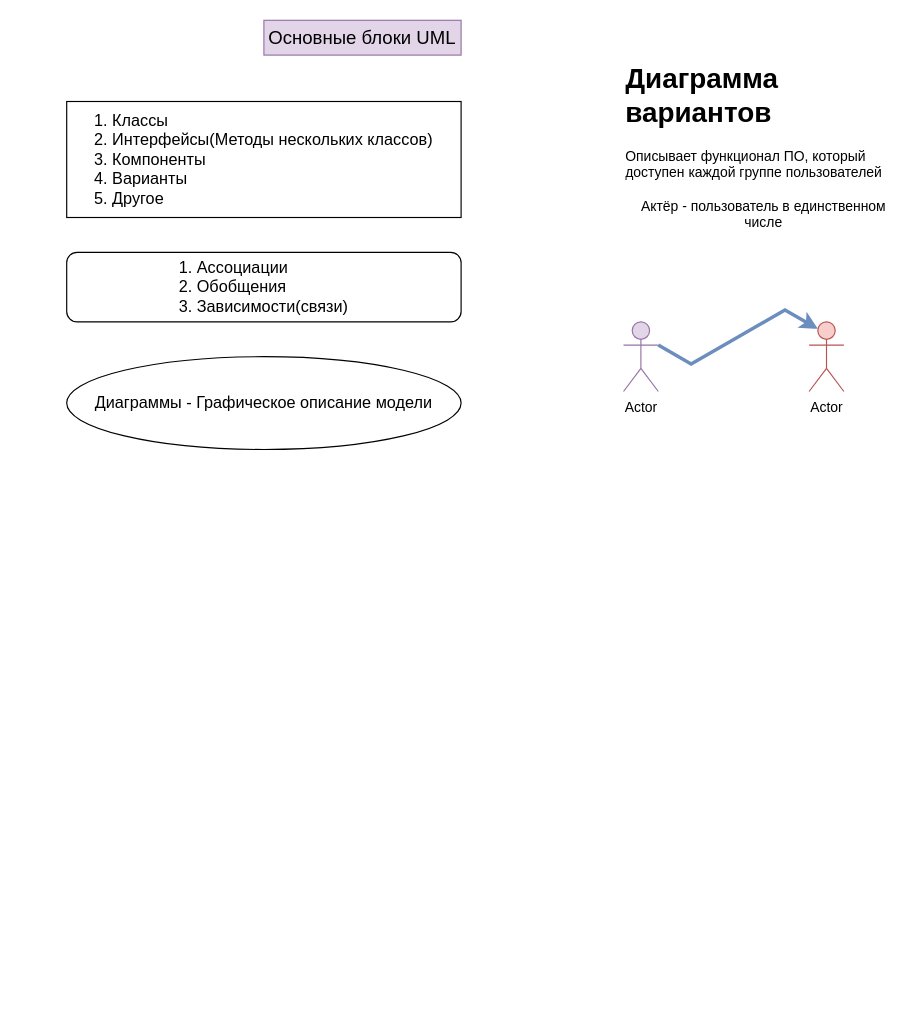
Earlier version of the draw.io diagram Задание1/Диаграмма без названия.drawio (Urlilka/Task-1). Source tidied: cells renumbered, new cells numbered last; positions are measured from the earlier drawing's top-left corner, leaving out a move shared by most shapes. Both pictures are drawn from the tidied source at 116%, with x=0, y=0 at pixel (66, 20).
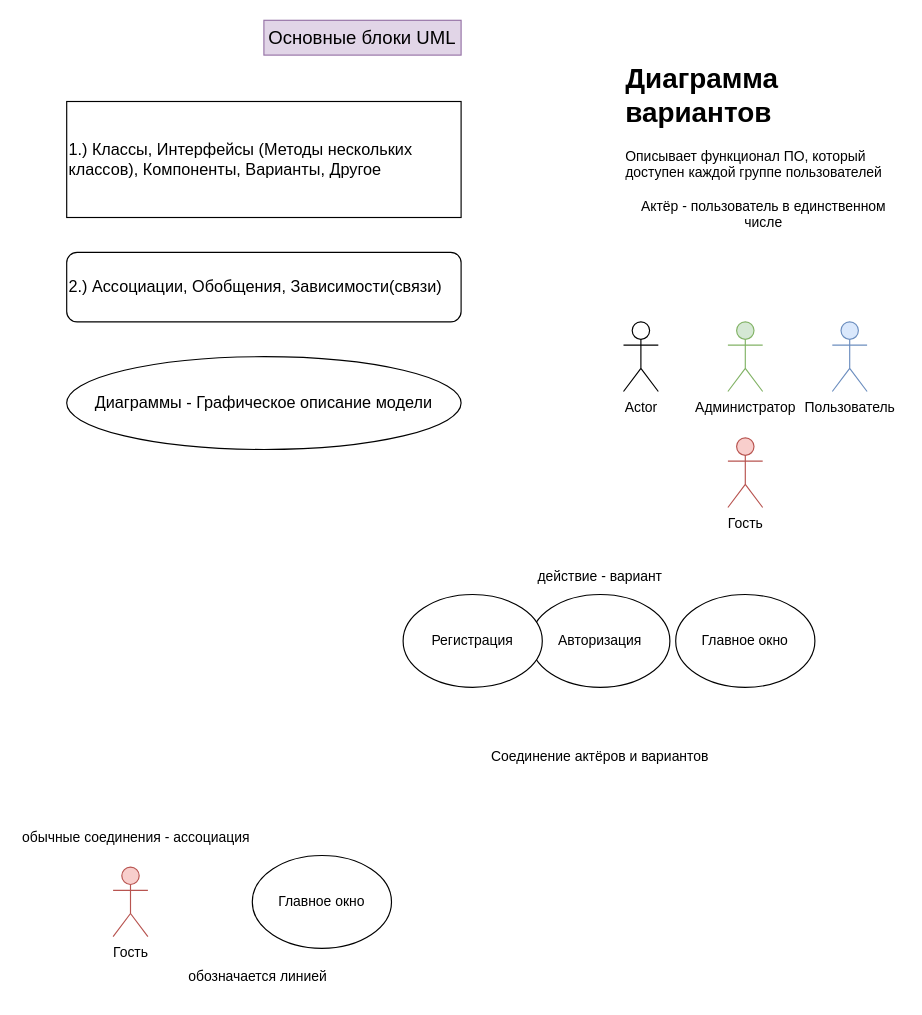
After the change.

Diff of the diagram source:
```diff
@@
 <mxGraphModel>
   <root>
     <mxCell id="0" />
     <mxCell id="1" parent="0" />
     <mxCell id="2" value="Основные блоки UML" style="text;html=1;align=center;verticalAlign=middle;whiteSpace=wrap;rounded=0;fontSize=16;fillColor=#e1d5e7;strokeColor=#9673a6;" parent="1" vertex="1">
       <mxGeometry x="170" width="170" height="30" as="geometry" />
     </mxCell>
-    <mxCell id="3" value="&lt;div style=&quot;text-align: justify;&quot;&gt;&lt;span style=&quot;font-size: 14px; background-color: initial;&quot;&gt;1. Классы&lt;/span&gt;&lt;/div&gt;&lt;div style=&quot;text-align: justify; font-size: 14px;&quot;&gt;2. Интерфейсы(Методы нескольких классов)&lt;/div&gt;&lt;div style=&quot;text-align: justify; font-size: 14px;&quot;&gt;3. Компоненты&lt;/div&gt;&lt;div style=&quot;text-align: justify; font-size: 14px;&quot;&gt;4. Варианты&lt;/div&gt;&lt;div style=&quot;text-align: justify; font-size: 14px;&quot;&gt;5. Другое&lt;/div&gt;" style="rounded=0;whiteSpace=wrap;html=1;align=center;" parent="1" vertex="1">
+    <mxCell id="3" value="&lt;div style=&quot;&quot;&gt;&lt;span style=&quot;font-size: 14px; background-color: initial;&quot;&gt;1.) Классы,&amp;nbsp;&lt;/span&gt;&lt;span style=&quot;font-size: 14px; background-color: initial;&quot;&gt;Интерфейсы (Методы нескольких классов),&amp;nbsp;&lt;/span&gt;&lt;span style=&quot;font-size: 14px; background-color: initial;&quot;&gt;Компоненты,&amp;nbsp;&lt;/span&gt;&lt;span style=&quot;font-size: 14px; background-color: initial;&quot;&gt;Варианты,&lt;/span&gt;&lt;span style=&quot;font-size: 14px; background-color: initial;&quot;&gt;&amp;nbsp;Другое&lt;/span&gt;&lt;/div&gt;" style="rounded=0;whiteSpace=wrap;html=1;align=left;" parent="1" vertex="1">
       <mxGeometry y="70" width="340" height="100" as="geometry" />
     </mxCell>
-    <mxCell id="4" value="&lt;div style=&quot;text-align: justify;&quot;&gt;&lt;span style=&quot;font-size: 14px; background-color: initial;&quot;&gt;1. Ассоциации&lt;/span&gt;&lt;/div&gt;&lt;div style=&quot;text-align: justify; font-size: 14px;&quot;&gt;&lt;font style=&quot;font-size: 14px;&quot;&gt;2. Обобщения&lt;/font&gt;&lt;/div&gt;&lt;div style=&quot;text-align: justify; font-size: 14px;&quot;&gt;&lt;font style=&quot;font-size: 14px;&quot;&gt;3. Зависимости(связи)&lt;/font&gt;&lt;/div&gt;" style="rounded=1;whiteSpace=wrap;html=1;align=center;" parent="1" vertex="1">
+    <mxCell id="4" value="&lt;div style=&quot;&quot;&gt;&lt;span style=&quot;font-size: 14px; background-color: initial;&quot;&gt;2.) Ассоциации,&amp;nbsp;&lt;/span&gt;&lt;font style=&quot;font-size: 14px; background-color: initial;&quot;&gt;Обобщения,&amp;nbsp;&lt;/font&gt;&lt;span style=&quot;font-size: 14px; background-color: initial;&quot;&gt;Зависимости(связи)&lt;/span&gt;&lt;/div&gt;" style="rounded=1;whiteSpace=wrap;html=1;align=left;" parent="1" vertex="1">
       <mxGeometry y="200" width="340" height="60" as="geometry" />
     </mxCell>
     <mxCell id="5" value="&lt;font style=&quot;font-size: 14px;&quot;&gt;Диаграммы - Графическое описание модели&lt;/font&gt;" style="ellipse;whiteSpace=wrap;html=1;align=center;" parent="1" vertex="1">
       <mxGeometry y="290" width="340" height="80" as="geometry" />
     </mxCell>
     <mxCell id="6" value="&lt;h1 style=&quot;margin-top: 0px;&quot;&gt;Диаграмма вариантов&lt;/h1&gt;&lt;div&gt;Описывает функционал ПО, который доступен каждой группе пользователей&lt;/div&gt;&lt;div&gt;&lt;br&gt;&lt;/div&gt;&lt;div style=&quot;text-align: center;&quot;&gt;Актёр - пользователь в единственном числе&lt;br&gt;&lt;/div&gt;" style="text;html=1;whiteSpace=wrap;overflow=hidden;rounded=0;" parent="1" vertex="1">
       <mxGeometry x="480" y="30" width="240" height="180" as="geometry" />
     </mxCell>
-    <mxCell id="7" value="Actor" style="shape=umlActor;verticalLabelPosition=bottom;verticalAlign=top;html=1;fillColor=#e1d5e7;strokeColor=#9673a6;" parent="1" vertex="1">
+    <mxCell id="7" value="Actor" style="shape=umlActor;verticalLabelPosition=bottom;verticalAlign=top;html=1;" parent="1" vertex="1">
       <mxGeometry x="480" y="260" width="30" height="60" as="geometry" />
     </mxCell>
-    <mxCell id="8" value="Actor" style="shape=umlActor;verticalLabelPosition=bottom;verticalAlign=top;html=1;fillColor=#f8cecc;strokeColor=#b85450;" parent="1" vertex="1">
-      <mxGeometry x="640" y="260" width="30" height="60" as="geometry" />
+    <mxCell id="8" value="Гость" style="shape=umlActor;verticalLabelPosition=bottom;verticalAlign=top;html=1;fillColor=#f8cecc;strokeColor=#b85450;" parent="1" vertex="1">
+      <mxGeometry x="570" y="360" width="30" height="60" as="geometry" />
     </mxCell>
-    <mxCell id="9" style="edgeStyle=isometricEdgeStyle;rounded=0;jettySize=auto;html=1;exitX=1;exitY=0.3333333333333333;exitDx=0;exitDy=0;exitPerimeter=0;entryX=0.25;entryY=0.1;entryDx=0;entryDy=0;entryPerimeter=0;strokeWidth=3;fillColor=#dae8fc;strokeColor=#6c8ebf;elbow=vertical;" parent="1" edge="1" source="7" target="8">
-      <mxGeometry relative="1" as="geometry" />
-    </mxCell>
+    <mxCell id="10" value="Администратор" style="shape=umlActor;verticalLabelPosition=bottom;verticalAlign=top;html=1;fillColor=#d5e8d4;strokeColor=#82b366;" parent="1" vertex="1">
+      <mxGeometry x="570" y="260" width="30" height="60" as="geometry" />
+    </mxCell>
+    <mxCell id="11" value="Пользователь" style="shape=umlActor;verticalLabelPosition=bottom;verticalAlign=top;html=1;fillColor=#dae8fc;strokeColor=#6c8ebf;" parent="1" vertex="1">
+      <mxGeometry x="660" y="260" width="30" height="60" as="geometry" />
+    </mxCell>
+    <mxCell id="12" value="Главное окно" style="ellipse;whiteSpace=wrap;html=1;" parent="1" vertex="1">
+      <mxGeometry x="525" y="495" width="120" height="80" as="geometry" />
+    </mxCell>
+    <mxCell id="13" value="действие - вариант" style="text;html=1;align=center;verticalAlign=middle;whiteSpace=wrap;rounded=0;" parent="1" vertex="1">
+      <mxGeometry x="395" y="465" width="130" height="30" as="geometry" />
+    </mxCell>
+    <mxCell id="14" value="Авторизация" style="ellipse;whiteSpace=wrap;html=1;" parent="1" vertex="1">
+      <mxGeometry x="400" y="495" width="120" height="80" as="geometry" />
+    </mxCell>
+    <mxCell id="15" value="Регистрация" style="ellipse;whiteSpace=wrap;html=1;" parent="1" vertex="1">
+      <mxGeometry x="290" y="495" width="120" height="80" as="geometry" />
+    </mxCell>
+    <mxCell id="16" value="Соединение актёров и вариантов" style="text;html=1;align=center;verticalAlign=middle;whiteSpace=wrap;rounded=0;" parent="1" vertex="1">
+      <mxGeometry x="355" y="620" width="210" height="30" as="geometry" />
+    </mxCell>
+    <mxCell id="17" value="Гость" style="shape=umlActor;verticalLabelPosition=bottom;verticalAlign=top;html=1;fillColor=#f8cecc;strokeColor=#b85450;" parent="1" vertex="1">
+      <mxGeometry x="40" y="730" width="30" height="60" as="geometry" />
+    </mxCell>
+    <mxCell id="18" value="Главное окно" style="ellipse;whiteSpace=wrap;html=1;" parent="1" vertex="1">
+      <mxGeometry x="160" y="720" width="120" height="80" as="geometry" />
+    </mxCell>
+    <mxCell id="19" value="обычные соединения - ассоциация" style="text;html=1;align=center;verticalAlign=middle;whiteSpace=wrap;rounded=0;" parent="1" vertex="1">
+      <mxGeometry x="-40" y="690" width="200" height="30" as="geometry" />
+    </mxCell>
+    <mxCell id="20" value="обозначается линией" style="text;html=1;align=center;verticalAlign=middle;whiteSpace=wrap;rounded=0;" parent="1" vertex="1">
+      <mxGeometry x="100" y="810" width="130" height="30" as="geometry" />
+    </mxCell>
   </root>
 </mxGraphModel>
```
